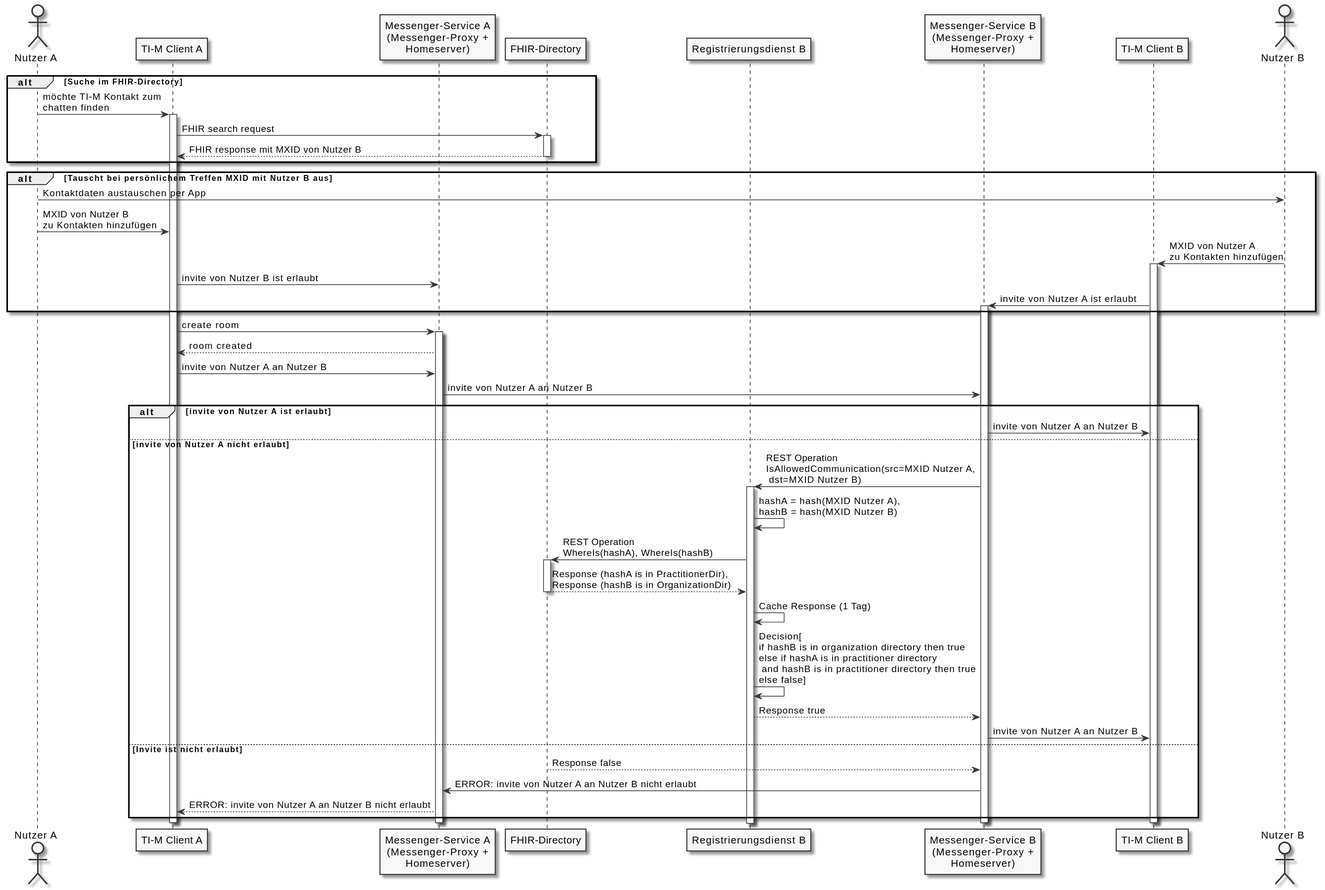
Before: images/diagrams/architecture/Communication_control_without_PASSporT.svg, a diagram exported from PlantUML (gematik/api-ti-messenger). Its diagram source:
```plantuml
@startuml TI-Messenger communication control without PASSporT
skinparam dpi 100
skinparam WrapWidth 200
skinparam monochrome true

actor a as "Nutzer A"
participant cl as "TI-M Client A"
participant mp as "Messenger-Service A\n(Messenger-Proxy +\nHomeserver)"
participant fd as "FHIR-Directory"
participant rdb as "Registrierungsdienst B"
participant mpb as "Messenger-Service B\n(Messenger-Proxy +\nHomeserver)"
participant clb as "TI-M Client B"
actor b as "Nutzer B"

alt Suche im FHIR-Directory
a -> cl: möchte TI-M Kontakt zum\nchatten finden
activate cl
cl -> fd: FHIR search request
activate fd
fd --> cl: FHIR response mit MXID von Nutzer B
deactivate fd
end
alt Tauscht bei persönlichem Treffen MXID mit Nutzer B aus
a -> b: Kontaktdaten austauschen per App
a -> cl: MXID von Nutzer B\nzu Kontakten hinzufügen
b -> clb: MXID von Nutzer A\nzu Kontakten hinzufügen
activate clb
cl -> mp: invite von Nutzer B ist erlaubt
clb -> mpb: invite von Nutzer A ist erlaubt
activate mpb
end
cl -> mp: create room
activate mp
mp --> cl: room created

cl -> mp: invite von Nutzer A an Nutzer B
mp -> mpb: invite von Nutzer A an Nutzer B
alt invite von Nutzer A ist erlaubt
mpb -> clb: invite von Nutzer A an Nutzer B
else invite von Nutzer A nicht erlaubt
mpb -> rdb: REST Operation\nIsAllowedCommunication(src=MXID Nutzer A,\n dst=MXID Nutzer B)
activate rdb
rdb -> rdb: hashA = hash(MXID Nutzer A),\nhashB = hash(MXID Nutzer B)
rdb -> fd: REST Operation\nWhereIs(hashA), WhereIs(hashB)
activate fd
fd --> rdb: Response (hashA is in PractitionerDir),\nResponse (hashB is in OrganizationDir)
deactivate fd
rdb -> rdb: Cache Response (1 Tag)
rdb -> rdb: Decision[\nif hashB is in organization directory then true\nelse if hashA is in practitioner directory\n and hashB is in practitioner directory then true\nelse false]
rdb --> mpb: Response true
mpb -> clb: invite von Nutzer A an Nutzer B
else Invite ist nicht erlaubt
fd --> mpb: Response false
mpb -> mp: ERROR: invite von Nutzer A an Nutzer B nicht erlaubt
mp --> cl: ERROR: invite von Nutzer A an Nutzer B nicht erlaubt
end
deactivate clb
deactivate mpb
deactivate mp
deactivate cl
@enduml
```
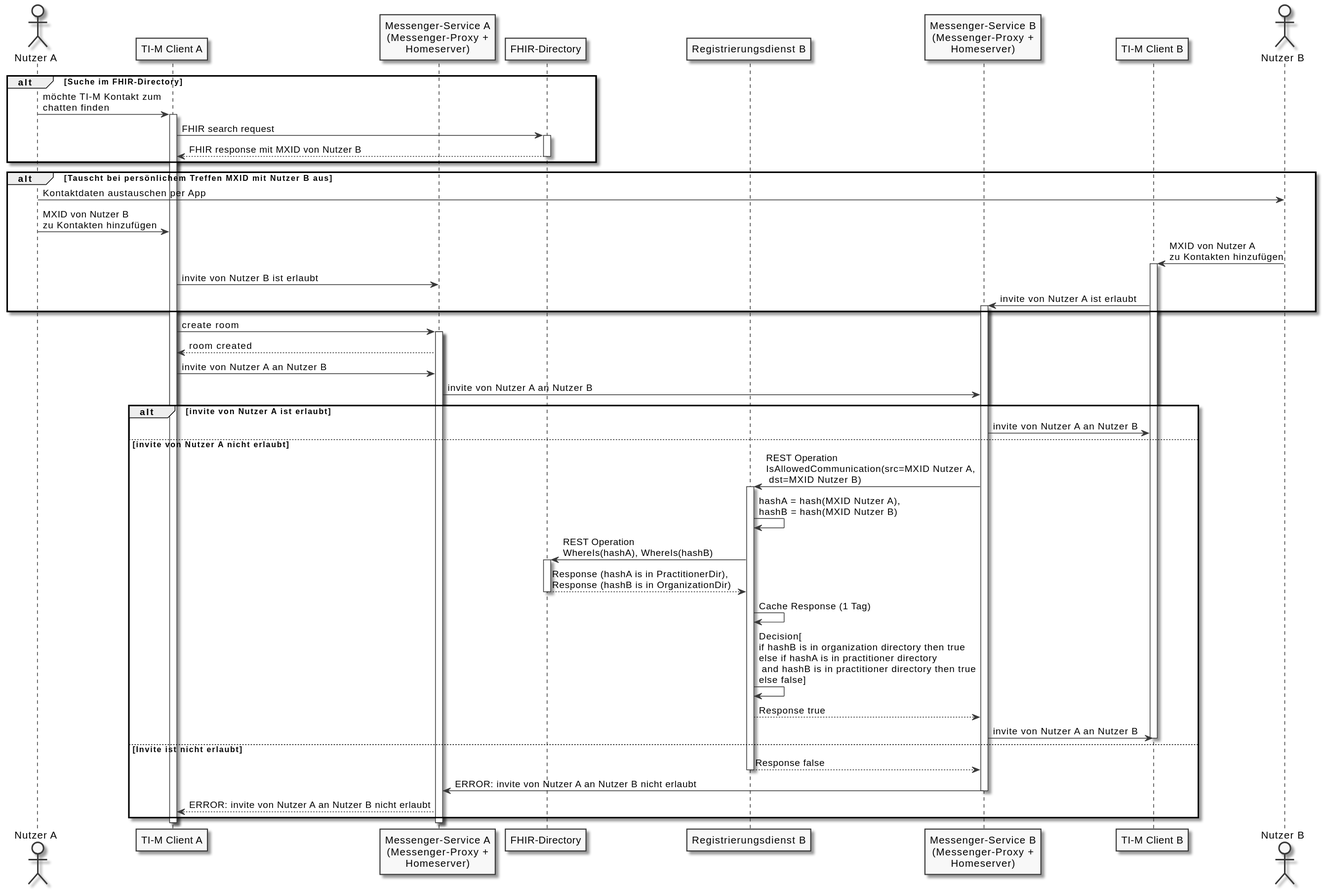
After the change.

Commit message:
Commit from GitHub Actions (GeneratePlantumlImages)

The edit, as a diff of the source:
```diff
@@ -49,13 +49,14 @@
 rdb -> rdb: Decision[\nif hashB is in organization directory then true\nelse if hashA is in practitioner directory\n and hashB is in practitioner directory then true\nelse false]
 rdb --> mpb: Response true
 mpb -> clb: invite von Nutzer A an Nutzer B
+deactivate clb
 else Invite ist nicht erlaubt
-fd --> mpb: Response false
+rdb --> mpb: Response false
+deactivate rdb
 mpb -> mp: ERROR: invite von Nutzer A an Nutzer B nicht erlaubt
+deactivate mpb
 mp --> cl: ERROR: invite von Nutzer A an Nutzer B nicht erlaubt
 end
-deactivate clb
-deactivate mpb
 deactivate mp
 deactivate cl
 @enduml
```
